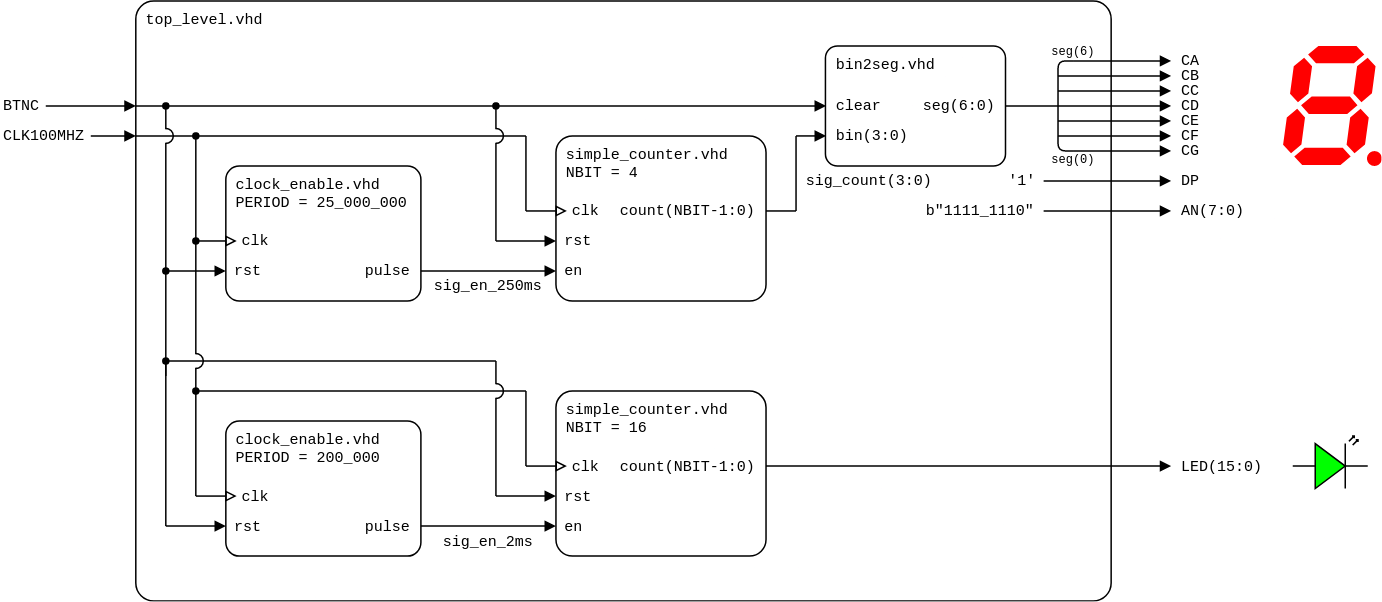
This is lab5-counter/images/top-level_2-counter_structure.png from tomas-fryza/vhdl-course, a draw.io export, as it was before one commit. Source tidied: cells renumbered, new cells last; positions are measured from the earlier drawing's top-left corner, leaving out a move shared by most shapes.
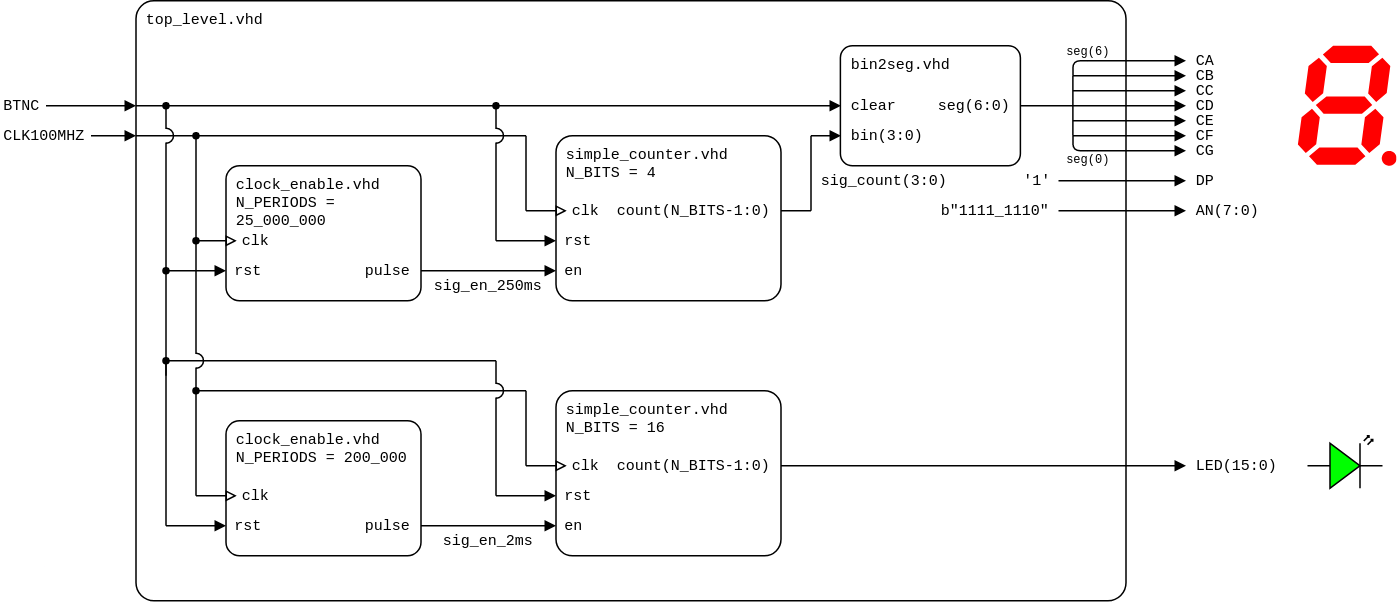
Later version of the same file.

The edit, as a diff of the source:
```diff
@@ -5,3 +5,3 @@
     <mxCell id="2" value="top_level.vhd" style="rounded=1;arcSize=3;whiteSpace=wrap;html=1;align=left;verticalAlign=top;fontFamily=Courier New;absoluteArcSize=0;fillColor=none;fontSize=10;spacingLeft=5;imageHeight=24;" parent="1" vertex="1">
-      <mxGeometry x="90" width="650" height="400" as="geometry" />
+      <mxGeometry x="90" width="660" height="400" as="geometry" />
     </mxCell>
@@ -10,3 +10,3 @@
         <mxPoint x="90" y="70" as="sourcePoint" />
-        <mxPoint x="550" y="70" as="targetPoint" />
+        <mxPoint x="560" y="70" as="targetPoint" />
       </mxGeometry>
@@ -15,4 +15,4 @@
       <mxGeometry relative="1" as="geometry">
-        <mxPoint x="530" y="90" as="sourcePoint" />
-        <mxPoint x="550" y="90" as="targetPoint" />
+        <mxPoint x="540" y="90" as="sourcePoint" />
+        <mxPoint x="560" y="90" as="targetPoint" />
       </mxGeometry>
@@ -29,3 +29,3 @@
     <mxCell id="7" value="sig_count(3:0)" style="text;html=1;align=left;verticalAlign=middle;whiteSpace=wrap;rounded=0;fontFamily=Courier New;fontSize=10;fillOpacity=100;spacing=2;spacingLeft=0;" parent="1" vertex="1">
-      <mxGeometry x="535" y="115" width="126" height="10" as="geometry" />
+      <mxGeometry x="545" y="115" width="126" height="10" as="geometry" />
     </mxCell>
@@ -39,4 +39,4 @@
       <mxGeometry relative="1" as="geometry">
-        <mxPoint x="695" y="140" as="sourcePoint" />
-        <mxPoint x="780" y="140" as="targetPoint" />
+        <mxPoint x="705" y="140" as="sourcePoint" />
+        <mxPoint x="790" y="140" as="targetPoint" />
       </mxGeometry>
@@ -44,9 +44,9 @@
     <mxCell id="10" value="b&quot;1111_1110&quot;" style="text;html=1;align=left;verticalAlign=middle;whiteSpace=wrap;rounded=0;fontFamily=Courier New;fontSize=10;fillOpacity=100;spacing=2;spacingLeft=0;" parent="1" vertex="1">
-      <mxGeometry x="614.6" y="130" width="80" height="20" as="geometry" />
+      <mxGeometry x="624.6" y="130" width="80" height="20" as="geometry" />
     </mxCell>
     <mxCell id="11" value="AN(7:0)" style="text;html=1;align=left;verticalAlign=middle;whiteSpace=wrap;rounded=0;fontFamily=Courier New;fontSize=10;fillOpacity=100;spacing=2;spacingLeft=5;" parent="1" vertex="1">
-      <mxGeometry x="780" y="130" width="60.6" height="20" as="geometry" />
+      <mxGeometry x="790" y="130" width="60.6" height="20" as="geometry" />
     </mxCell>
     <mxCell id="12" style="verticalLabelPosition=bottom;shadow=0;dashed=0;align=center;html=1;verticalAlign=top;shape=mxgraph.electrical.opto_electronics.7_segment_display_with_dp;fillColor=#FF0000;strokeColor=none;labelBorderColor=none;" parent="1" vertex="1">
-      <mxGeometry x="854.6" y="30" width="65.8" height="80" as="geometry" />
+      <mxGeometry x="864.6" y="30" width="65.8" height="80" as="geometry" />
     </mxCell>
@@ -67,4 +67,4 @@
     </mxCell>
-    <mxCell id="16" value="&lt;div&gt;simple_counter.vhd&lt;/div&gt;&lt;div&gt;NBIT = 4&lt;br&gt;&lt;/div&gt;" style="rounded=1;arcSize=10;align=left;verticalAlign=top;fontFamily=Courier New;absoluteArcSize=0;fillColor=none;fixDash=0;fontSize=10;spacingLeft=5;labelBorderColor=none;spacingTop=0;spacing=2;labelBackgroundColor=none;whiteSpace=wrap;html=1;strokeWidth=1;shadow=0;glass=0;" parent="1" vertex="1">
-      <mxGeometry x="370" y="90" width="140" height="110" as="geometry" />
+    <mxCell id="16" value="&lt;div&gt;simple_counter.vhd&lt;/div&gt;&lt;div&gt;N_BITS = 4&lt;br&gt;&lt;/div&gt;" style="rounded=1;arcSize=10;align=left;verticalAlign=top;fontFamily=Courier New;absoluteArcSize=0;fillColor=none;fixDash=0;fontSize=10;spacingLeft=5;labelBorderColor=none;spacingTop=0;spacing=2;labelBackgroundColor=none;whiteSpace=wrap;html=1;strokeWidth=1;shadow=0;glass=0;" parent="1" vertex="1">
+      <mxGeometry x="370" y="90" width="150" height="110" as="geometry" />
     </mxCell>
@@ -88,4 +88,4 @@
     </mxCell>
-    <mxCell id="21" value="count(NBIT-1:0)" style="text;html=1;align=right;verticalAlign=middle;whiteSpace=wrap;rounded=0;fontFamily=Courier New;fontSize=10;fillOpacity=100;spacing=2;spacingRight=5;" parent="1" vertex="1">
-      <mxGeometry x="410" y="130" width="100" height="20" as="geometry" />
+    <mxCell id="21" value="count(N_BITS-1:0)" style="text;html=1;align=right;verticalAlign=middle;whiteSpace=wrap;rounded=0;fontFamily=Courier New;fontSize=10;fillOpacity=100;spacing=2;spacingRight=5;" parent="1" vertex="1">
+      <mxGeometry x="420" y="130" width="100" height="20" as="geometry" />
     </mxCell>
@@ -102,4 +102,4 @@
       <mxGeometry relative="1" as="geometry">
-        <mxPoint x="530" y="90" as="sourcePoint" />
-        <mxPoint x="530" y="140" as="targetPoint" />
+        <mxPoint x="540" y="90" as="sourcePoint" />
+        <mxPoint x="540" y="140" as="targetPoint" />
       </mxGeometry>
@@ -108,4 +108,4 @@
       <mxGeometry relative="1" as="geometry">
-        <mxPoint x="510" y="140" as="sourcePoint" />
-        <mxPoint x="530" y="140" as="targetPoint" />
+        <mxPoint x="520" y="140" as="sourcePoint" />
+        <mxPoint x="540" y="140" as="targetPoint" />
       </mxGeometry>
@@ -113,12 +113,12 @@
     <mxCell id="26" value="bin2seg.vhd" style="rounded=1;arcSize=10;align=left;verticalAlign=top;fontFamily=Courier New;absoluteArcSize=0;fillColor=none;fixDash=0;fontSize=10;spacingLeft=5;labelBorderColor=none;spacingTop=0;spacing=2;labelBackgroundColor=none;whiteSpace=wrap;html=1;strokeWidth=1;shadow=0;glass=0;" parent="1" vertex="1">
-      <mxGeometry x="549.6" y="30" width="120" height="80" as="geometry" />
+      <mxGeometry x="559.6" y="30" width="120" height="80" as="geometry" />
     </mxCell>
     <mxCell id="27" value="&lt;div style=&quot;line-height: 100%;&quot; align=&quot;left&quot;&gt;bin(3:0)&lt;/div&gt;" style="text;html=1;align=left;verticalAlign=middle;whiteSpace=wrap;rounded=0;fontFamily=Courier New;fontSize=10;fillOpacity=100;spacingLeft=5;" parent="1" vertex="1">
-      <mxGeometry x="549.6" y="80" width="60" height="20" as="geometry" />
+      <mxGeometry x="559.6" y="80" width="60" height="20" as="geometry" />
     </mxCell>
     <mxCell id="28" value="clear" style="text;html=1;align=left;verticalAlign=middle;whiteSpace=wrap;rounded=0;fontFamily=Courier New;fontSize=10;fillOpacity=100;spacing=2;spacingLeft=5;" parent="1" vertex="1">
-      <mxGeometry x="549.6" y="60" width="60" height="20" as="geometry" />
+      <mxGeometry x="559.6" y="60" width="60" height="20" as="geometry" />
     </mxCell>
     <mxCell id="29" value="&lt;div style=&quot;line-height: 100%;&quot;&gt;seg(6:0)&lt;/div&gt;" style="text;html=1;align=right;verticalAlign=middle;whiteSpace=wrap;rounded=0;fontFamily=Courier New;fontSize=10;fillOpacity=100;spacing=2;spacingRight=5;" parent="1" vertex="1">
-      <mxGeometry x="609.6" y="60" width="60" height="20" as="geometry" />
+      <mxGeometry x="619.6" y="60" width="60" height="20" as="geometry" />
     </mxCell>
@@ -126,3 +126,3 @@
       <mxGeometry relative="1" as="geometry">
-        <mxPoint x="780" y="70" as="targetPoint" />
+        <mxPoint x="790" y="70" as="targetPoint" />
       </mxGeometry>
@@ -131,4 +131,4 @@
       <mxGeometry relative="1" as="geometry">
-        <mxPoint x="704.6" y="80" as="sourcePoint" />
-        <mxPoint x="780" y="80" as="targetPoint" />
+        <mxPoint x="714.6" y="80" as="sourcePoint" />
+        <mxPoint x="790" y="80" as="targetPoint" />
       </mxGeometry>
@@ -137,4 +137,4 @@
       <mxGeometry relative="1" as="geometry">
-        <mxPoint x="704.6" y="90" as="sourcePoint" />
-        <mxPoint x="780" y="90" as="targetPoint" />
+        <mxPoint x="714.6" y="90" as="sourcePoint" />
+        <mxPoint x="790" y="90" as="targetPoint" />
       </mxGeometry>
@@ -143,4 +143,4 @@
       <mxGeometry relative="1" as="geometry">
-        <mxPoint x="714.6" y="100" as="sourcePoint" />
-        <mxPoint x="780" y="100" as="targetPoint" />
+        <mxPoint x="724.6" y="100" as="sourcePoint" />
+        <mxPoint x="790" y="100" as="targetPoint" />
       </mxGeometry>
@@ -149,4 +149,4 @@
       <mxGeometry relative="1" as="geometry">
-        <mxPoint x="704.6" y="60" as="sourcePoint" />
-        <mxPoint x="780" y="60" as="targetPoint" />
+        <mxPoint x="714.6" y="60" as="sourcePoint" />
+        <mxPoint x="790" y="60" as="targetPoint" />
       </mxGeometry>
@@ -155,4 +155,4 @@
       <mxGeometry relative="1" as="geometry">
-        <mxPoint x="704.6" y="50" as="sourcePoint" />
-        <mxPoint x="780" y="50" as="targetPoint" />
+        <mxPoint x="714.6" y="50" as="sourcePoint" />
+        <mxPoint x="790" y="50" as="targetPoint" />
       </mxGeometry>
@@ -161,4 +161,4 @@
       <mxGeometry relative="1" as="geometry">
-        <mxPoint x="714.6" y="40" as="sourcePoint" />
-        <mxPoint x="780" y="40" as="targetPoint" />
+        <mxPoint x="724.6" y="40" as="sourcePoint" />
+        <mxPoint x="790" y="40" as="targetPoint" />
       </mxGeometry>
@@ -167,6 +167,6 @@
       <mxGeometry relative="1" as="geometry">
-        <mxPoint x="704.6" y="50" as="sourcePoint" />
-        <mxPoint x="714.6" y="40" as="targetPoint" />
+        <mxPoint x="714.6" y="50" as="sourcePoint" />
+        <mxPoint x="724.6" y="40" as="targetPoint" />
         <Array as="points">
-          <mxPoint x="704.6" y="40" />
+          <mxPoint x="714.6" y="40" />
         </Array>
@@ -176,4 +176,4 @@
       <mxGeometry relative="1" as="geometry">
-        <mxPoint x="704.6" y="90" as="sourcePoint" />
-        <mxPoint x="704.6" y="50" as="targetPoint" />
+        <mxPoint x="714.6" y="90" as="sourcePoint" />
+        <mxPoint x="714.6" y="50" as="targetPoint" />
       </mxGeometry>
@@ -182,7 +182,7 @@
       <mxGeometry relative="1" as="geometry">
-        <mxPoint x="704.6" y="90" as="sourcePoint" />
-        <mxPoint x="714.6" y="100" as="targetPoint" />
+        <mxPoint x="714.6" y="90" as="sourcePoint" />
+        <mxPoint x="724.6" y="100" as="targetPoint" />
         <Array as="points">
-          <mxPoint x="704.6" y="100" />
-          <mxPoint x="704" y="100" />
+          <mxPoint x="714.6" y="100" />
+          <mxPoint x="714" y="100" />
         </Array>
@@ -191,21 +191,21 @@
     <mxCell id="40" value="CA" style="text;html=1;align=left;verticalAlign=middle;whiteSpace=wrap;rounded=0;fontFamily=Courier New;fontSize=10;fillOpacity=100;spacing=2;spacingLeft=5;" parent="1" vertex="1">
-      <mxGeometry x="780" y="30" width="30" height="20" as="geometry" />
+      <mxGeometry x="790" y="30" width="30" height="20" as="geometry" />
     </mxCell>
     <mxCell id="41" value="CB" style="text;html=1;align=left;verticalAlign=middle;whiteSpace=wrap;rounded=0;fontFamily=Courier New;fontSize=10;fillOpacity=100;spacing=2;spacingLeft=5;" parent="1" vertex="1">
-      <mxGeometry x="780" y="40" width="30" height="20" as="geometry" />
+      <mxGeometry x="790" y="40" width="30" height="20" as="geometry" />
     </mxCell>
     <mxCell id="42" value="CC" style="text;html=1;align=left;verticalAlign=middle;whiteSpace=wrap;rounded=0;fontFamily=Courier New;fontSize=10;fillOpacity=100;spacing=2;spacingLeft=5;" parent="1" vertex="1">
-      <mxGeometry x="780" y="50" width="30" height="20" as="geometry" />
+      <mxGeometry x="790" y="50" width="30" height="20" as="geometry" />
     </mxCell>
     <mxCell id="43" value="CD" style="text;html=1;align=left;verticalAlign=middle;whiteSpace=wrap;rounded=0;fontFamily=Courier New;fontSize=10;fillOpacity=100;spacing=2;spacingLeft=5;" parent="1" vertex="1">
-      <mxGeometry x="780" y="60" width="30" height="20" as="geometry" />
+      <mxGeometry x="790" y="60" width="30" height="20" as="geometry" />
     </mxCell>
     <mxCell id="44" value="CE" style="text;html=1;align=left;verticalAlign=middle;whiteSpace=wrap;rounded=0;fontFamily=Courier New;fontSize=10;fillOpacity=100;spacing=2;spacingLeft=5;" parent="1" vertex="1">
-      <mxGeometry x="780" y="70" width="30" height="20" as="geometry" />
+      <mxGeometry x="790" y="70" width="30" height="20" as="geometry" />
     </mxCell>
     <mxCell id="45" value="CF" style="text;html=1;align=left;verticalAlign=middle;whiteSpace=wrap;rounded=0;fontFamily=Courier New;fontSize=10;fillOpacity=100;spacing=2;spacingLeft=5;" parent="1" vertex="1">
-      <mxGeometry x="780" y="80" width="30" height="20" as="geometry" />
+      <mxGeometry x="790" y="80" width="30" height="20" as="geometry" />
     </mxCell>
     <mxCell id="46" value="CG" style="text;html=1;align=left;verticalAlign=middle;whiteSpace=wrap;rounded=0;fontFamily=Courier New;fontSize=10;fillOpacity=100;spacing=2;spacingLeft=5;" parent="1" vertex="1">
-      <mxGeometry x="780" y="90" width="30" height="20" as="geometry" />
+      <mxGeometry x="790" y="90" width="30" height="20" as="geometry" />
     </mxCell>
@@ -213,4 +213,4 @@
       <mxGeometry relative="1" as="geometry">
-        <mxPoint x="695" y="120" as="sourcePoint" />
-        <mxPoint x="780" y="120" as="targetPoint" />
+        <mxPoint x="705" y="120" as="sourcePoint" />
+        <mxPoint x="790" y="120" as="targetPoint" />
       </mxGeometry>
@@ -218,6 +218,6 @@
     <mxCell id="48" value="DP" style="text;html=1;align=left;verticalAlign=middle;whiteSpace=wrap;rounded=0;fontFamily=Courier New;fontSize=10;fillOpacity=100;spacing=2;spacingLeft=5;" parent="1" vertex="1">
-      <mxGeometry x="780" y="110" width="30" height="20" as="geometry" />
+      <mxGeometry x="790" y="110" width="30" height="20" as="geometry" />
     </mxCell>
     <mxCell id="49" value="'1'" style="text;html=1;align=left;verticalAlign=middle;whiteSpace=wrap;rounded=0;fontFamily=Courier New;fontSize=10;fillOpacity=100;spacing=2;spacingLeft=0;" parent="1" vertex="1">
-      <mxGeometry x="669.6" y="110" width="25" height="20" as="geometry" />
+      <mxGeometry x="679.6" y="110" width="25" height="20" as="geometry" />
     </mxCell>
@@ -227,6 +227,6 @@
     <mxCell id="51" value="&lt;div style=&quot;line-height: 100%; font-size: 8px;&quot;&gt;seg(6)&lt;/div&gt;" style="text;html=1;align=center;verticalAlign=middle;whiteSpace=wrap;rounded=0;fontFamily=Courier New;fontSize=8;fillOpacity=100;spacing=2;spacingRight=0;" parent="1" vertex="1">
-      <mxGeometry x="690" y="24" width="50" height="20" as="geometry" />
+      <mxGeometry x="700" y="24" width="50" height="20" as="geometry" />
     </mxCell>
     <mxCell id="52" value="&lt;div style=&quot;line-height: 100%; font-size: 8px;&quot;&gt;seg(0)&lt;/div&gt;" style="text;html=1;align=center;verticalAlign=middle;whiteSpace=wrap;rounded=0;fontFamily=Courier New;fontSize=8;fillOpacity=100;spacing=2;spacingRight=0;" parent="1" vertex="1">
-      <mxGeometry x="690" y="96" width="50" height="20" as="geometry" />
+      <mxGeometry x="700" y="96" width="50" height="20" as="geometry" />
     </mxCell>
@@ -241,3 +241,3 @@
     </mxCell>
-    <mxCell id="55" value="clock_enable.vhd&lt;div&gt;PERIOD = 25_000_000&lt;br&gt;&lt;/div&gt;" style="rounded=1;arcSize=10;align=left;verticalAlign=top;fontFamily=Courier New;absoluteArcSize=0;fillColor=none;fixDash=0;fontSize=10;spacingLeft=5;labelBorderColor=none;spacingTop=0;spacing=2;labelBackgroundColor=none;whiteSpace=wrap;html=1;strokeWidth=1;shadow=0;glass=0;" parent="1" vertex="1">
+    <mxCell id="55" value="clock_enable.vhd&lt;div&gt;N_PERIODS = 25_000_000&lt;br&gt;&lt;/div&gt;" style="rounded=1;arcSize=10;align=left;verticalAlign=top;fontFamily=Courier New;absoluteArcSize=0;fillColor=none;fixDash=0;fontSize=10;spacingLeft=5;labelBorderColor=none;spacingTop=0;spacing=2;labelBackgroundColor=none;whiteSpace=wrap;html=1;strokeWidth=1;shadow=0;glass=0;" parent="1" vertex="1">
       <mxGeometry x="150" y="110" width="130" height="90" as="geometry" />
@@ -304,4 +304,4 @@
     </mxCell>
-    <mxCell id="68" value="&lt;div&gt;simple_counter.vhd&lt;/div&gt;&lt;div&gt;NBIT = 16&lt;br&gt;&lt;/div&gt;" style="rounded=1;arcSize=10;align=left;verticalAlign=top;fontFamily=Courier New;absoluteArcSize=0;fillColor=none;fixDash=0;fontSize=10;spacingLeft=5;labelBorderColor=none;spacingTop=0;spacing=2;labelBackgroundColor=none;whiteSpace=wrap;html=1;strokeWidth=1;shadow=0;glass=0;" parent="1" vertex="1">
-      <mxGeometry x="370" y="260" width="140" height="110" as="geometry" />
+    <mxCell id="68" value="&lt;div&gt;simple_counter.vhd&lt;/div&gt;&lt;div&gt;N_BITS = 16&lt;br&gt;&lt;/div&gt;" style="rounded=1;arcSize=10;align=left;verticalAlign=top;fontFamily=Courier New;absoluteArcSize=0;fillColor=none;fixDash=0;fontSize=10;spacingLeft=5;labelBorderColor=none;spacingTop=0;spacing=2;labelBackgroundColor=none;whiteSpace=wrap;html=1;strokeWidth=1;shadow=0;glass=0;" parent="1" vertex="1">
+      <mxGeometry x="370" y="260" width="150" height="110" as="geometry" />
     </mxCell>
@@ -325,4 +325,4 @@
     </mxCell>
-    <mxCell id="73" value="count(NBIT-1:0)" style="text;html=1;align=right;verticalAlign=middle;whiteSpace=wrap;rounded=0;fontFamily=Courier New;fontSize=10;fillOpacity=100;spacing=2;spacingRight=5;" parent="1" vertex="1">
-      <mxGeometry x="400" y="300" width="110" height="20" as="geometry" />
+    <mxCell id="73" value="count(N_BITS-1:0)" style="text;html=1;align=right;verticalAlign=middle;whiteSpace=wrap;rounded=0;fontFamily=Courier New;fontSize=10;fillOpacity=100;spacing=2;spacingRight=5;" parent="1" vertex="1">
+      <mxGeometry x="410" y="300" width="110" height="20" as="geometry" />
     </mxCell>
@@ -349,3 +349,3 @@
     </mxCell>
-    <mxCell id="79" value="clock_enable.vhd&lt;div&gt;PERIOD = 200_000&lt;br&gt;&lt;/div&gt;" style="rounded=1;arcSize=10;align=left;verticalAlign=top;fontFamily=Courier New;absoluteArcSize=0;fillColor=none;fixDash=0;fontSize=10;spacingLeft=5;labelBorderColor=none;spacingTop=0;spacing=2;labelBackgroundColor=none;whiteSpace=wrap;html=1;strokeWidth=1;shadow=0;glass=0;" parent="1" vertex="1">
+    <mxCell id="79" value="clock_enable.vhd&lt;div&gt;N_PERIODS = 200_000&lt;br&gt;&lt;/div&gt;" style="rounded=1;arcSize=10;align=left;verticalAlign=top;fontFamily=Courier New;absoluteArcSize=0;fillColor=none;fixDash=0;fontSize=10;spacingLeft=5;labelBorderColor=none;spacingTop=0;spacing=2;labelBackgroundColor=none;whiteSpace=wrap;html=1;strokeWidth=1;shadow=0;glass=0;" parent="1" vertex="1">
       <mxGeometry x="150" y="280" width="130" height="90" as="geometry" />
@@ -420,4 +420,4 @@
       <mxGeometry relative="1" as="geometry">
-        <mxPoint x="510" y="310" as="sourcePoint" />
-        <mxPoint x="780" y="310" as="targetPoint" />
+        <mxPoint x="520" y="310" as="sourcePoint" />
+        <mxPoint x="790" y="310" as="targetPoint" />
       </mxGeometry>
@@ -425,6 +425,6 @@
     <mxCell id="94" value="LED(15:0)" style="text;html=1;align=left;verticalAlign=middle;whiteSpace=wrap;rounded=0;fontFamily=Courier New;fontSize=10;fillOpacity=100;spacing=2;spacingLeft=5;" parent="1" vertex="1">
-      <mxGeometry x="780" y="300" width="70" height="20" as="geometry" />
+      <mxGeometry x="790" y="300" width="70" height="20" as="geometry" />
     </mxCell>
     <mxCell id="95" style="verticalLabelPosition=bottom;shadow=0;dashed=0;align=center;html=1;verticalAlign=top;shape=mxgraph.electrical.opto_electronics.led_2;fillColor=#00FF00;" parent="1" vertex="1">
-      <mxGeometry x="861" y="290" width="50" height="35" as="geometry" />
+      <mxGeometry x="871" y="290" width="50" height="35" as="geometry" />
     </mxCell>
```
